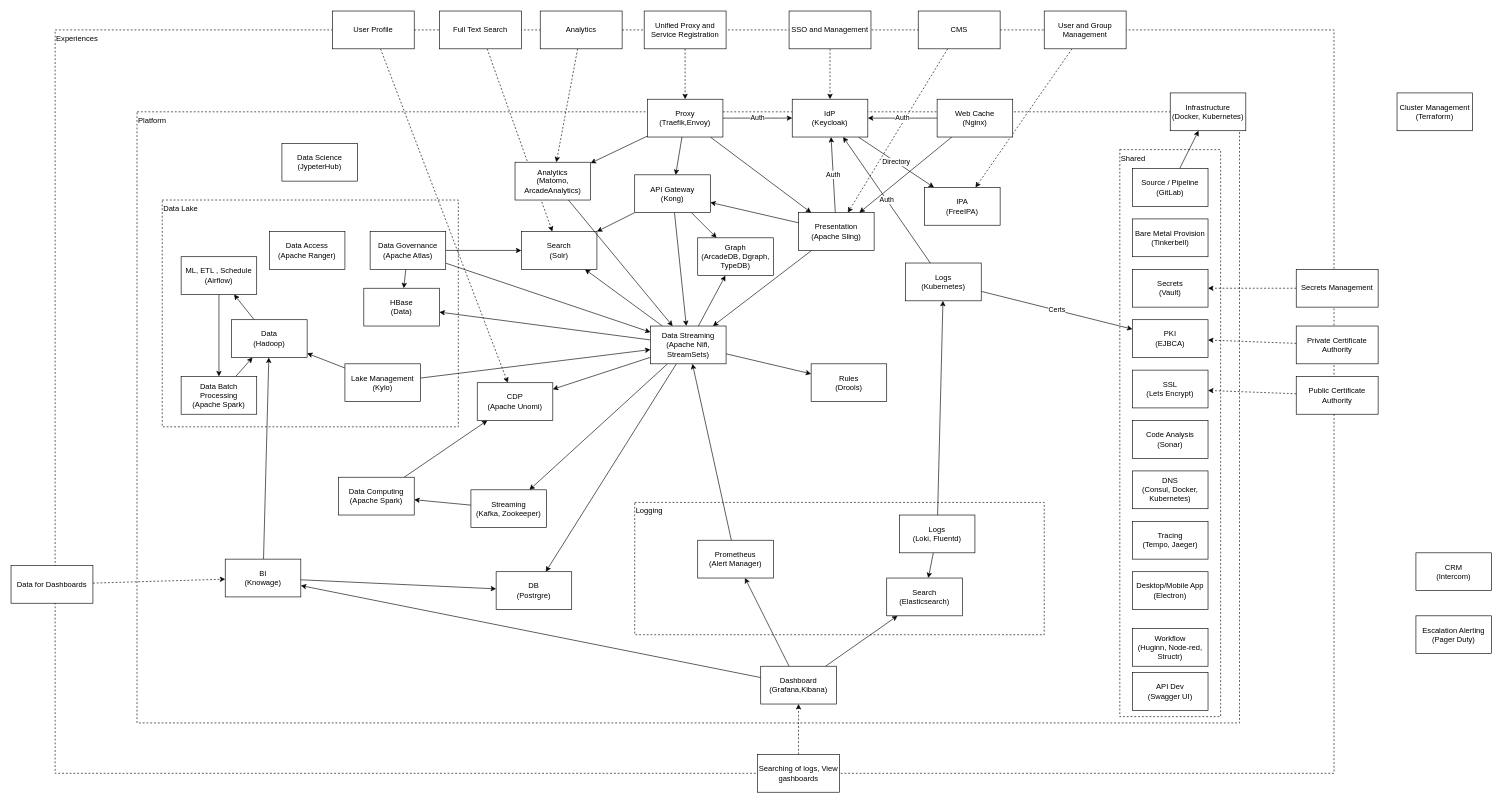
Above: page "Services" (1 of 2) of _gxp/diagrams/GXP-Architecture.drawio in governance-foundation/governance.foundation (draw.io), before the change. Source tidied: cells renumbered, new cells numbered last; positions are measured from the earlier drawing's top-left corner, leaving out a move shared by most shapes. Both pictures are drawn from the tidied source at 63%, with x=0, y=0 at pixel (11, 11).
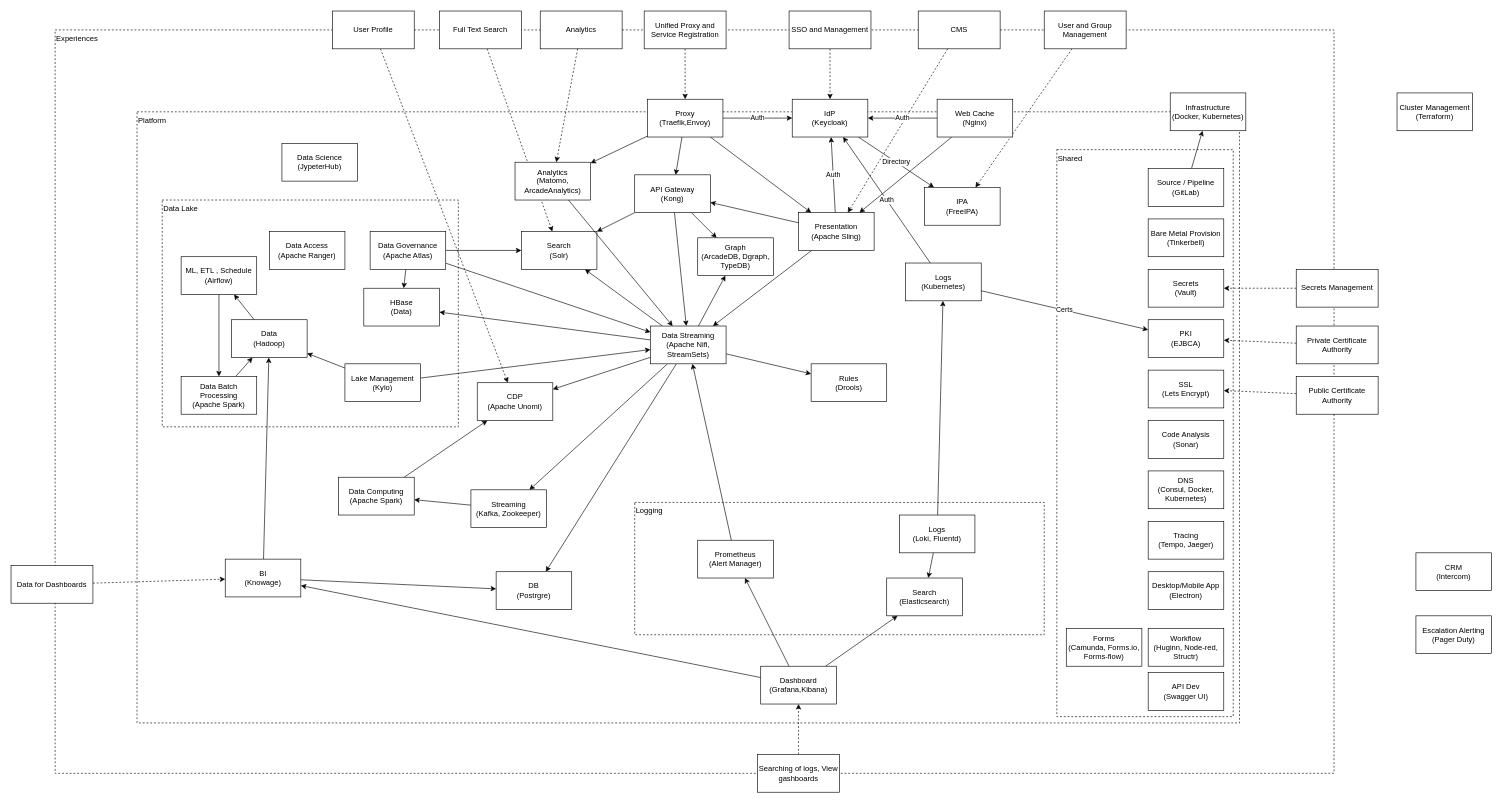
After the change.

What changed in the source:
```diff
@@
     <mxCell id="27" value="Shared" style="rounded=0;whiteSpace=wrap;html=1;fillColor=none;dashed=1;verticalAlign=top;align=left;" parent="25" vertex="1">
-      <mxGeometry x="1760" y="220" width="160" height="900" as="geometry" />
+      <mxGeometry x="1660" y="220" width="280" height="900" as="geometry" />
     </mxCell>
@@
     <mxCell id="78" value="&lt;div&gt;PKI&lt;/div&gt;&lt;div&gt;(EJBCA)&lt;/div&gt;" style="rounded=0;whiteSpace=wrap;html=1;" parent="25" vertex="1">
-      <mxGeometry x="1780" y="490" width="120" height="60" as="geometry" />
+      <mxGeometry x="1805" y="490" width="120" height="60" as="geometry" />
     </mxCell>
@@
     <mxCell id="90" value="&lt;div&gt;DNS&lt;/div&gt;&lt;div&gt;(Consul, Docker, Kubernetes)&lt;/div&gt;" style="rounded=0;whiteSpace=wrap;html=1;" parent="25" vertex="1">
-      <mxGeometry x="1780" y="730" width="120" height="60" as="geometry" />
+      <mxGeometry x="1805" y="730" width="120" height="60" as="geometry" />
     </mxCell>
@@
     <mxCell id="94" value="&lt;div&gt;Source / Pipeline&lt;br&gt;&lt;/div&gt;&lt;div&gt;(GitLab)&lt;/div&gt;" style="rounded=0;whiteSpace=wrap;html=1;" parent="25" vertex="1">
-      <mxGeometry x="1780" y="250" width="120" height="60" as="geometry" />
+      <mxGeometry x="1805" y="250" width="120" height="60" as="geometry" />
     </mxCell>
@@
     <mxCell id="96" value="&lt;div&gt;Bare Metal Provision&lt;/div&gt;&lt;div&gt;(Tinkerbell)&lt;/div&gt;" style="rounded=0;whiteSpace=wrap;html=1;" parent="25" vertex="1">
-      <mxGeometry x="1780" y="330" width="120" height="60" as="geometry" />
+      <mxGeometry x="1805" y="330" width="120" height="60" as="geometry" />
     </mxCell>
     <mxCell id="97" value="&lt;div&gt;Secrets&lt;/div&gt;&lt;div&gt;(Vault)&lt;/div&gt;" style="rounded=0;whiteSpace=wrap;html=1;" parent="25" vertex="1">
-      <mxGeometry x="1780" y="410" width="120" height="60" as="geometry" />
+      <mxGeometry x="1805" y="410" width="120" height="60" as="geometry" />
     </mxCell>
     <mxCell id="98" value="&lt;div&gt;Code Analysis&lt;/div&gt;&lt;div&gt;(Sonar)&lt;/div&gt;" style="rounded=0;whiteSpace=wrap;html=1;" parent="25" vertex="1">
-      <mxGeometry x="1780" y="650" width="120" height="60" as="geometry" />
+      <mxGeometry x="1805" y="650" width="120" height="60" as="geometry" />
     </mxCell>
     <mxCell id="99" value="&lt;div&gt;SSL&lt;/div&gt;&lt;div&gt;(Lets Encrypt)&lt;/div&gt;" style="rounded=0;whiteSpace=wrap;html=1;" parent="25" vertex="1">
-      <mxGeometry x="1780" y="570" width="120" height="60" as="geometry" />
+      <mxGeometry x="1805" y="570" width="120" height="60" as="geometry" />
     </mxCell>
@@
     <mxCell id="106" value="&lt;div&gt;Desktop/&lt;span&gt;Mobile App&lt;/span&gt;&lt;/div&gt;&lt;div&gt;(Electron)&lt;/div&gt;" style="rounded=0;whiteSpace=wrap;html=1;" parent="25" vertex="1">
-      <mxGeometry x="1780" y="890" width="120" height="60" as="geometry" />
+      <mxGeometry x="1805" y="890" width="120" height="60" as="geometry" />
     </mxCell>
     <mxCell id="107" value="&lt;div&gt;Tracing&lt;/div&gt;&lt;div&gt;(Tempo, Jaeger)&lt;/div&gt;" style="rounded=0;whiteSpace=wrap;html=1;" parent="25" vertex="1">
-      <mxGeometry x="1780" y="810" width="120" height="60" as="geometry" />
+      <mxGeometry x="1805" y="810" width="120" height="60" as="geometry" />
     </mxCell>
@@
     <mxCell id="113" value="&lt;div&gt;Workflow&lt;/div&gt;&lt;div&gt;(Huginn, Node-red, Structr)&lt;/div&gt;" style="rounded=0;whiteSpace=wrap;html=1;" parent="25" vertex="1">
-      <mxGeometry x="1780" y="980" width="120" height="60" as="geometry" />
+      <mxGeometry x="1805" y="980" width="120" height="60" as="geometry" />
     </mxCell>
     <mxCell id="114" value="&lt;div&gt;API Dev&lt;/div&gt;&lt;div&gt;(Swagger UI)&lt;/div&gt;" style="rounded=0;whiteSpace=wrap;html=1;" parent="25" vertex="1">
-      <mxGeometry x="1780" y="1050" width="120" height="60" as="geometry" />
+      <mxGeometry x="1805" y="1050" width="120" height="60" as="geometry" />
     </mxCell>
@@
+    <mxCell id="118" value="&lt;div&gt;Forms&lt;/div&gt;&lt;div&gt;(Camunda, Forms.io, Forms-flow)&lt;/div&gt;" style="rounded=0;whiteSpace=wrap;html=1;" parent="25" vertex="1">
+      <mxGeometry x="1675" y="980" width="120" height="60" as="geometry" />
+    </mxCell>
```
